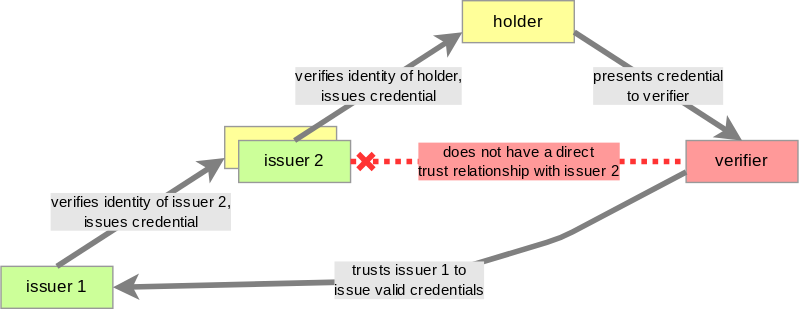
The draw.io diagram docs/modules/ROOT/images/trust-model/transitive-trust-triangle.drawio.svg in creator-assertions/identity-assertion, before a commit. Source tidied: cells renumbered, new cells last; positions are measured from the earlier drawing's top-left corner, leaving out a move shared by most shapes. The source it was exported from:
```xml
<mxGraphModel background="#ffffff">
  <root>
    <mxCell id="0" />
    <mxCell id="1" parent="0" />
    <mxCell id="2" value="issuer 1" style="shape=ext;double=0;rounded=0;whiteSpace=wrap;html=1;fillColor=#CCFF99;fontColor=#000000;strokeColor=#999999;fontFamily=Roboto;fontSource=https%3A%2F%2Ffonts.googleapis.com%2Fcss%3Ffamily%3DRoboto;" parent="1" vertex="1">
      <mxGeometry y="190" width="80" height="30" as="geometry" />
    </mxCell>
    <mxCell id="3" value="holder" style="shape=ext;double=0;rounded=0;whiteSpace=wrap;html=1;fillColor=#FFFF99;fontColor=#000000;strokeColor=#999999;fontFamily=Roboto;fontSource=https%3A%2F%2Ffonts.googleapis.com%2Fcss%3Ffamily%3DRoboto;" parent="1" vertex="1">
      <mxGeometry x="160" y="90" width="80" height="30" as="geometry" />
    </mxCell>
    <mxCell id="4" value="&amp;nbsp; verifies identity&amp;nbsp;of issuer 2,&amp;nbsp;&lt;br&gt;issues credential" style="endArrow=none;html=1;fontColor=#000000;entryX=0.5;entryY=0;entryDx=0;entryDy=0;exitX=0;exitY=0.75;exitDx=0;exitDy=0;strokeColor=#808080;strokeWidth=4;labelBackgroundColor=#E6E6E6;spacingTop=4;spacing=6;spacingLeft=4;spacingBottom=4;spacingRight=4;fontFamily=Roboto;fontSource=https%3A%2F%2Ffonts.googleapis.com%2Fcss%3Ffamily%3DRoboto;labelBorderColor=none;comic=0;fixDash=0;startArrow=classic;startFill=1;endFill=0;" parent="1" edge="1" source="3" target="2">
      <mxGeometry x="-0.01" relative="1" as="geometry" />
    </mxCell>
    <mxCell id="5" value="issuer 2" style="shape=ext;double=0;rounded=0;whiteSpace=wrap;html=1;fillColor=#CCFF99;fontColor=#000000;strokeColor=#999999;fontFamily=Roboto;fontSource=https%3A%2F%2Ffonts.googleapis.com%2Fcss%3Ffamily%3DRoboto;" parent="1" vertex="1">
      <mxGeometry x="170" y="100" width="80" height="30" as="geometry" />
    </mxCell>
    <mxCell id="6" value="verifier" style="shape=ext;double=0;rounded=0;whiteSpace=wrap;html=1;fillColor=#FF9999;fontColor=#000000;strokeColor=#999999;fontFamily=Roboto;fontSource=https%3A%2F%2Ffonts.googleapis.com%2Fcss%3Ffamily%3DRoboto;" parent="1" vertex="1">
      <mxGeometry x="490" y="100" width="80" height="30" as="geometry" />
    </mxCell>
    <mxCell id="7" value="holder" style="shape=ext;double=0;rounded=0;whiteSpace=wrap;html=1;fillColor=#FFFF99;fontColor=#000000;strokeColor=#999999;fontFamily=Roboto;fontSource=https%3A%2F%2Ffonts.googleapis.com%2Fcss%3Ffamily%3DRoboto;" parent="1" vertex="1">
      <mxGeometry x="330" width="80" height="30" as="geometry" />
    </mxCell>
    <mxCell id="8" value="&amp;nbsp; verifies identity&amp;nbsp;of holder,&amp;nbsp;&lt;br&gt;issues credential" style="endArrow=none;html=1;fontColor=#000000;entryX=0.5;entryY=0;entryDx=0;entryDy=0;exitX=0;exitY=0.75;exitDx=0;exitDy=0;strokeColor=#808080;strokeWidth=4;labelBackgroundColor=#E6E6E6;spacingTop=4;spacing=6;spacingLeft=4;spacingBottom=4;spacingRight=4;fontFamily=Roboto;fontSource=https%3A%2F%2Ffonts.googleapis.com%2Fcss%3Ffamily%3DRoboto;labelBorderColor=none;comic=0;fixDash=0;startArrow=classic;startFill=1;endFill=0;" parent="1" edge="1" source="7" target="5">
      <mxGeometry relative="1" as="geometry" />
    </mxCell>
    <mxCell id="9" value="&amp;nbsp;presents credential&amp;nbsp;&lt;br&gt;to verifier" style="endArrow=none;html=1;fontColor=#000000;entryX=1;entryY=0.75;entryDx=0;entryDy=0;exitX=0.5;exitY=0;exitDx=0;exitDy=0;strokeColor=#808080;strokeWidth=4;labelBackgroundColor=#E6E6E6;spacingTop=4;spacing=6;spacingLeft=4;spacingBottom=4;spacingRight=4;fontFamily=Roboto;fontSource=https%3A%2F%2Ffonts.googleapis.com%2Fcss%3Ffamily%3DRoboto;labelBorderColor=none;comic=0;fixDash=0;endFill=0;startArrow=classic;startFill=1;" parent="1" edge="1" source="6" target="7">
      <mxGeometry relative="1" as="geometry" />
    </mxCell>
    <mxCell id="10" value="does not have a direct&lt;br&gt;&amp;nbsp;trust relationship with issuer 2&amp;nbsp;" style="endArrow=none;html=1;fontColor=#000000;entryX=0;entryY=0.5;entryDx=0;entryDy=0;exitX=1;exitY=0.5;exitDx=0;exitDy=0;strokeColor=#FF3333;strokeWidth=4;labelBackgroundColor=#FF9999;spacingTop=4;spacing=6;spacingLeft=4;spacingBottom=4;spacingRight=4;fontFamily=Roboto;fontSource=https%3A%2F%2Ffonts.googleapis.com%2Fcss%3Ffamily%3DRoboto;labelBorderColor=none;comic=0;fixDash=0;startArrow=cross;startFill=0;endFill=0;dashed=1;dashPattern=1 1;" parent="1" edge="1" source="5" target="6">
      <mxGeometry relative="1" as="geometry" />
    </mxCell>
    <mxCell id="11" value="trusts issuer 1 to&lt;br&gt;&amp;nbsp;issue valid credentials&amp;nbsp;" style="endArrow=none;html=1;fontColor=#000000;entryX=0;entryY=0.75;entryDx=0;entryDy=0;exitX=1;exitY=0.5;exitDx=0;exitDy=0;strokeColor=#808080;strokeWidth=4;labelBackgroundColor=#E6E6E6;spacingTop=4;spacing=6;spacingLeft=4;spacingBottom=4;spacingRight=4;fontFamily=Roboto;fontSource=https%3A%2F%2Ffonts.googleapis.com%2Fcss%3Ffamily%3DRoboto;labelBorderColor=none;comic=0;fixDash=0;startArrow=classic;startFill=1;endFill=0;" parent="1" edge="1" source="2" target="6">
      <mxGeometry relative="1" as="geometry">
        <Array as="points">
          <mxPoint x="300" y="200" />
          <mxPoint x="400" y="170" />
        </Array>
      </mxGeometry>
    </mxCell>
  </root>
</mxGraphModel>
```
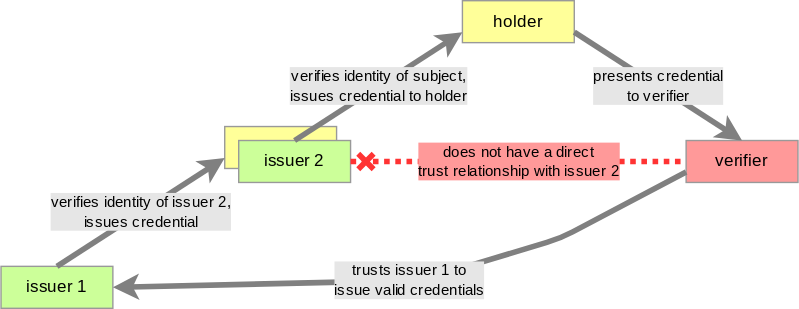
After the change.

The edit, as a diff of the source:
```diff
@@ -20,7 +20,7 @@
     <mxCell id="7" value="holder" style="shape=ext;double=0;rounded=0;whiteSpace=wrap;html=1;fillColor=#FFFF99;fontColor=#000000;strokeColor=#999999;fontFamily=Roboto;fontSource=https%3A%2F%2Ffonts.googleapis.com%2Fcss%3Ffamily%3DRoboto;" parent="1" vertex="1">
       <mxGeometry x="330" width="80" height="30" as="geometry" />
     </mxCell>
-    <mxCell id="8" value="&amp;nbsp; verifies identity&amp;nbsp;of holder,&amp;nbsp;&lt;br&gt;issues credential" style="endArrow=none;html=1;fontColor=#000000;entryX=0.5;entryY=0;entryDx=0;entryDy=0;exitX=0;exitY=0.75;exitDx=0;exitDy=0;strokeColor=#808080;strokeWidth=4;labelBackgroundColor=#E6E6E6;spacingTop=4;spacing=6;spacingLeft=4;spacingBottom=4;spacingRight=4;fontFamily=Roboto;fontSource=https%3A%2F%2Ffonts.googleapis.com%2Fcss%3Ffamily%3DRoboto;labelBorderColor=none;comic=0;fixDash=0;startArrow=classic;startFill=1;endFill=0;" parent="1" edge="1" source="7" target="5">
+    <mxCell id="8" value="&amp;nbsp; verifies identity&amp;nbsp;of subject,&amp;nbsp;&lt;br&gt;issues credential to holder" style="endArrow=none;html=1;fontColor=#000000;entryX=0.5;entryY=0;entryDx=0;entryDy=0;exitX=0;exitY=0.75;exitDx=0;exitDy=0;strokeColor=#808080;strokeWidth=4;labelBackgroundColor=#E6E6E6;spacingTop=4;spacing=6;spacingLeft=4;spacingBottom=4;spacingRight=4;fontFamily=Roboto;fontSource=https%3A%2F%2Ffonts.googleapis.com%2Fcss%3Ffamily%3DRoboto;labelBorderColor=none;comic=0;fixDash=0;startArrow=classic;startFill=1;endFill=0;" parent="1" edge="1" source="7" target="5">
       <mxGeometry relative="1" as="geometry" />
     </mxCell>
     <mxCell id="9" value="&amp;nbsp;presents credential&amp;nbsp;&lt;br&gt;to verifier" style="endArrow=none;html=1;fontColor=#000000;entryX=1;entryY=0.75;entryDx=0;entryDy=0;exitX=0.5;exitY=0;exitDx=0;exitDy=0;strokeColor=#808080;strokeWidth=4;labelBackgroundColor=#E6E6E6;spacingTop=4;spacing=6;spacingLeft=4;spacingBottom=4;spacingRight=4;fontFamily=Roboto;fontSource=https%3A%2F%2Ffonts.googleapis.com%2Fcss%3Ffamily%3DRoboto;labelBorderColor=none;comic=0;fixDash=0;endFill=0;startArrow=classic;startFill=1;" parent="1" edge="1" source="6" target="7">
```
